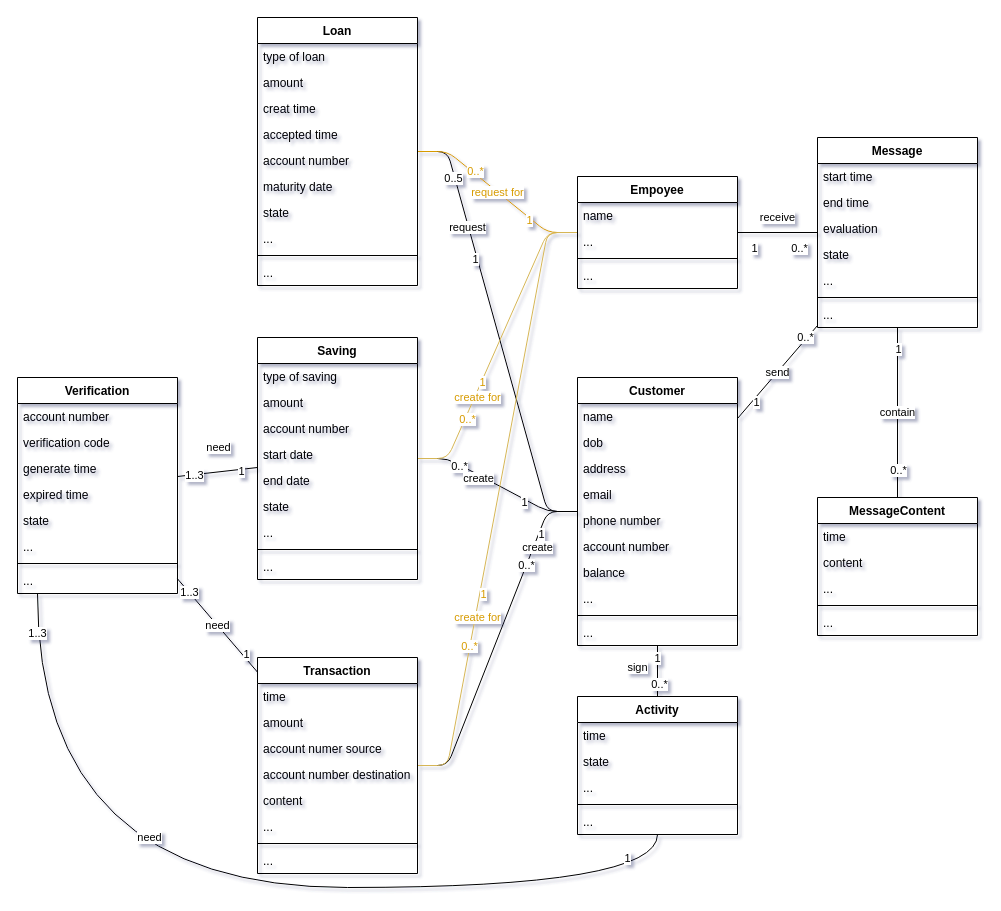
Above: diagrams/class_diagram.drawio in trandong2932002/cnpm (draw.io), before the change. Source tidied: cells renumbered, new cells numbered last; positions are measured from the earlier drawing's top-left corner, leaving out a move shared by most shapes. Both pictures are drawn from the tidied source at 100%, with x=0, y=0 at pixel (17, 17).
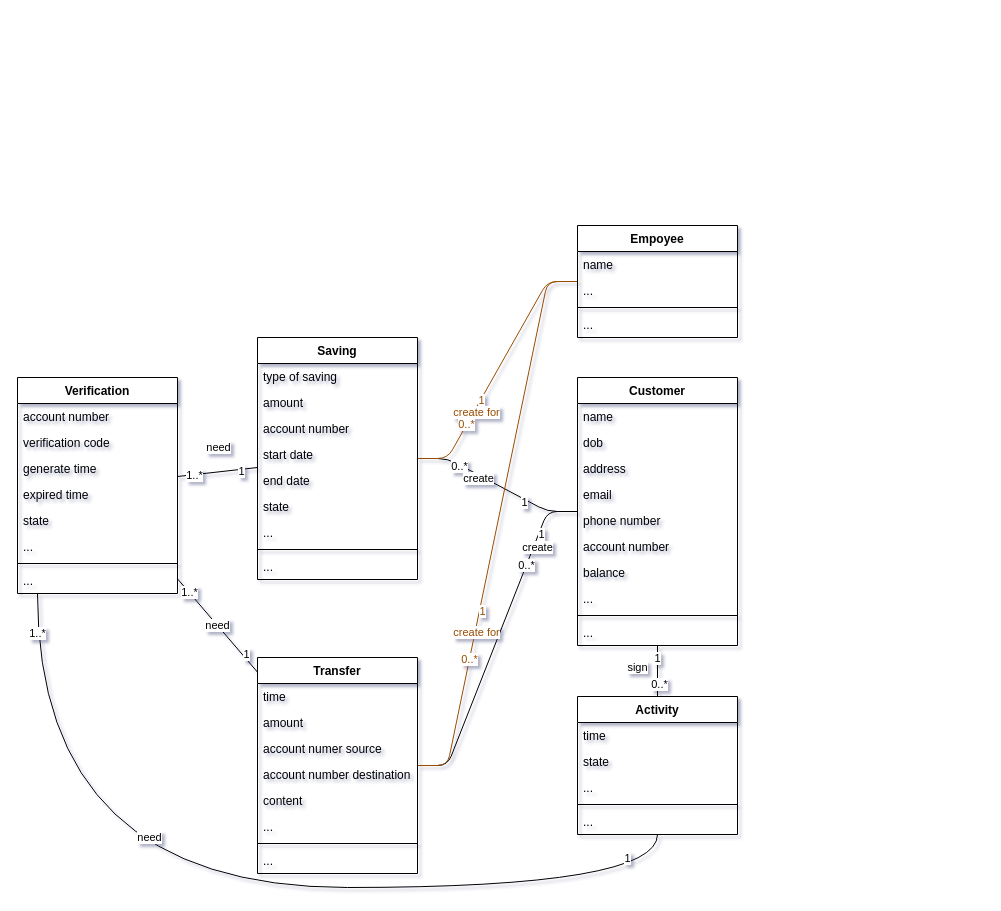
Above is the later version.

The change refers to these unchanged cells:
```xml
<mxCell id="17" value="Customer" style="swimlane;fontStyle=1;align=center;verticalAlign=top;horizontal=1;startSize=26;strokeColor=default;" parent="1" vertex="1">
  <mxGeometry x="560" y="360" width="160" height="268" as="geometry" />
</mxCell>
<mxCell id="28" value="need" style="edgeStyle=none;html=1;endArrow=none;endFill=0;" parent="1" edge="1" source="34" target="43">
  <mxGeometry relative="1" as="geometry" />
</mxCell>
<mxCell id="83" value="need" style="html=1;endArrow=none;endFill=0;edgeStyle=orthogonalEdgeStyle;curved=1;" parent="1" edge="1" source="86" target="43">
  <mxGeometry x="0.16" y="-50" relative="1" as="geometry">
    <Array as="points">
      <mxPoint x="640" y="870" />
      <mxPoint x="20" y="870" />
    </Array>
  </mxGeometry>
</mxCell>
<mxCell id="92" value="need" style="edgeStyle=none;html=1;endArrow=none;endFill=0;" parent="1" edge="1" source="95" target="43">
  <mxGeometry x="-0.07" y="-24" relative="1" as="geometry" />
</mxCell>
<mxCell id="95" value="Saving" style="swimlane;fontStyle=1;align=center;verticalAlign=top;horizontal=1;startSize=26;strokeColor=default;" parent="1" vertex="1">
  <mxGeometry x="240" y="320" width="160" height="242" as="geometry" />
</mxCell>
```

Change to the diagram source:
```diff
@@
-    <mxCell id="11" value="request" style="html=1;endArrow=none;endFill=0;edgeStyle=entityRelationEdgeStyle;" parent="1" edge="1" source="17" target="105">
-      <mxGeometry x="0.5" y="1" relative="1" as="geometry" />
-    </mxCell>
-    <mxCell id="12" value="0..5" style="edgeLabel;html=1;align=center;verticalAlign=middle;" parent="11" vertex="1">
-      <mxGeometry x="0.74" y="2" relative="1" as="geometry" />
-    </mxCell>
-    <mxCell id="13" value="1" style="edgeLabel;html=1;align=center;verticalAlign=middle;" parent="11" vertex="1">
-      <mxGeometry x="0.35" y="2" relative="1" as="geometry" />
-    </mxCell>
-    <mxCell id="14" value="send" style="edgeStyle=none;html=1;endArrow=none;endFill=0;" parent="1" edge="1" source="17" target="69">
-      <mxGeometry relative="1" as="geometry" />
-    </mxCell>
-    <mxCell id="15" value="1" style="edgeLabel;html=1;align=center;verticalAlign=middle;" parent="14" vertex="1">
-      <mxGeometry x="-0.59" y="-3" relative="1" as="geometry" />
-    </mxCell>
-    <mxCell id="16" value="0..*" style="edgeLabel;html=1;align=center;verticalAlign=middle;" parent="14" vertex="1">
-      <mxGeometry x="0.73" y="2" relative="1" as="geometry" />
-    </mxCell>
@@
-    <mxCell id="29" value="1..3" style="edgeLabel;html=1;align=center;verticalAlign=middle;" parent="28" vertex="1">
+    <mxCell id="29" value="1..*" style="edgeLabel;html=1;align=center;verticalAlign=middle;" parent="28" vertex="1">
       <mxGeometry x="0.73" relative="1" as="geometry" />
     </mxCell>
@@
-    <mxCell id="31" value="create for" style="edgeStyle=entityRelationEdgeStyle;html=1;endArrow=none;endFill=0;fillColor=#fff2cc;strokeColor=#d6b656;fontColor=#D79B00;" parent="1" edge="1" source="34" target="58">
+    <mxCell id="31" value="&lt;font color=&quot;#994c00&quot;&gt;create for&lt;/font&gt;" style="edgeStyle=entityRelationEdgeStyle;html=1;endArrow=none;endFill=0;fillColor=#fff2cc;strokeColor=#994C00;fontColor=#D79B00;" parent="1" edge="1" source="34" target="58">
       <mxGeometry x="-0.4" y="-2" relative="1" as="geometry" />
     </mxCell>
-    <mxCell id="32" value="0..*" style="edgeLabel;html=1;align=center;verticalAlign=middle;fontColor=#D79B00;" parent="31" vertex="1">
+    <mxCell id="32" value="0..*" style="edgeLabel;html=1;align=center;verticalAlign=middle;fontColor=#994C00;" parent="31" vertex="1">
       <mxGeometry x="-0.5" y="1" relative="1" as="geometry" />
     </mxCell>
-    <mxCell id="33" value="1" style="edgeLabel;html=1;align=center;verticalAlign=middle;fontColor=#D79B00;" parent="31" vertex="1">
+    <mxCell id="33" value="1" style="edgeLabel;html=1;align=center;verticalAlign=middle;fontColor=#994C00;" parent="31" vertex="1">
       <mxGeometry x="-0.32" y="-3" relative="1" as="geometry" />
     </mxCell>
-    <mxCell id="34" value="Transaction" style="swimlane;fontStyle=1;align=center;verticalAlign=top;horizontal=1;startSize=26;strokeColor=default;" parent="1" vertex="1">
+    <mxCell id="34" value="Transfer" style="swimlane;fontStyle=1;align=center;verticalAlign=top;horizontal=1;startSize=26;strokeColor=default;" parent="1" vertex="1">
       <mxGeometry x="240" y="640" width="160" height="216" as="geometry" />
     </mxCell>
@@
-    <mxCell id="52" value="request for" style="edgeStyle=entityRelationEdgeStyle;html=1;endArrow=none;endFill=0;fillColor=#ffe6cc;strokeColor=#d79b00;fontColor=#D79B00;" parent="1" edge="1" source="58" target="105">
-      <mxGeometry relative="1" as="geometry" />
-    </mxCell>
-    <mxCell id="53" value="0..*" style="edgeLabel;html=1;align=center;verticalAlign=middle;fontColor=#D79B00;" parent="52" vertex="1">
-      <mxGeometry x="0.34" y="-3" relative="1" as="geometry">
-        <mxPoint y="1" as="offset" />
-      </mxGeometry>
-    </mxCell>
-    <mxCell id="54" value="1" style="edgeLabel;html=1;align=center;verticalAlign=middle;fontColor=#D79B00;" parent="52" vertex="1">
-      <mxGeometry x="-0.45" y="2" relative="1" as="geometry" />
-    </mxCell>
-    <mxCell id="55" value="create for" style="edgeStyle=entityRelationEdgeStyle;html=1;endArrow=none;endFill=0;fillColor=#fff2cc;strokeColor=#d6b656;fontColor=#D79B00;" parent="1" edge="1" source="58" target="95">
+    <mxCell id="55" value="&lt;font color=&quot;#994c00&quot;&gt;create for&lt;/font&gt;" style="edgeStyle=entityRelationEdgeStyle;html=1;endArrow=none;endFill=0;fillColor=#fff2cc;strokeColor=#994C00;fontColor=#D79B00;" parent="1" edge="1" source="58" target="95">
       <mxGeometry x="0.36" y="3" relative="1" as="geometry" />
     </mxCell>
-    <mxCell id="56" value="1" style="edgeLabel;html=1;align=center;verticalAlign=middle;fontColor=#D79B00;" parent="55" vertex="1">
+    <mxCell id="56" value="1" style="edgeLabel;html=1;align=center;verticalAlign=middle;fontColor=#994C00;" parent="55" vertex="1">
       <mxGeometry x="0.26" relative="1" as="geometry" />
     </mxCell>
-    <mxCell id="57" value="0..*" style="edgeLabel;html=1;align=center;verticalAlign=middle;fontColor=#D79B00;" parent="55" vertex="1">
+    <mxCell id="57" value="0..*" style="edgeLabel;html=1;align=center;verticalAlign=middle;fontColor=#994C00;" parent="55" vertex="1">
       <mxGeometry x="0.71" relative="1" as="geometry">
         <mxPoint x="14" y="-27" as="offset" />
       </mxGeometry>
     </mxCell>
     <mxCell id="58" value="Empoyee" style="swimlane;fontStyle=1;align=center;verticalAlign=top;horizontal=1;startSize=26;strokeColor=default;" parent="1" vertex="1">
-      <mxGeometry x="560" y="159" width="160" height="112" as="geometry" />
+      <mxGeometry x="560" y="208" width="160" height="112" as="geometry" />
     </mxCell>
@@
-    <mxCell id="63" value="contain" style="html=1;endArrow=none;endFill=0;" parent="1" edge="1" source="69" target="77">
-      <mxGeometry relative="1" as="geometry" />
-    </mxCell>
-    <mxCell id="64" value="0..*" style="edgeLabel;html=1;align=center;verticalAlign=middle;" parent="63" vertex="1">
-      <mxGeometry x="0.56" relative="1" as="geometry">
-        <mxPoint y="9" as="offset" />
-      </mxGeometry>
-    </mxCell>
-    <mxCell id="65" value="1" style="edgeLabel;html=1;align=center;verticalAlign=middle;" parent="63" vertex="1">
-      <mxGeometry x="-0.75" relative="1" as="geometry" />
-    </mxCell>
-    <mxCell id="66" value="receive" style="edgeStyle=none;html=1;endArrow=none;endFill=0;" parent="1" edge="1" source="69" target="58">
-      <mxGeometry y="-15" relative="1" as="geometry" />
-    </mxCell>
-    <mxCell id="67" value="1" style="edgeLabel;html=1;align=center;verticalAlign=middle;" parent="66" vertex="1">
-      <mxGeometry x="0.61" y="-3" relative="1" as="geometry">
-        <mxPoint y="18" as="offset" />
-      </mxGeometry>
-    </mxCell>
-    <mxCell id="68" value="0..*" style="edgeLabel;html=1;align=center;verticalAlign=middle;" parent="66" vertex="1">
-      <mxGeometry x="-0.52" relative="1" as="geometry">
-        <mxPoint y="15" as="offset" />
-      </mxGeometry>
-    </mxCell>
-    <mxCell id="69" value="Message" style="swimlane;fontStyle=1;align=center;verticalAlign=top;horizontal=1;startSize=26;strokeColor=default;" parent="1" vertex="1">
-      <mxGeometry x="800" y="120" width="160" height="190" as="geometry" />
-    </mxCell>
-    <mxCell id="70" value="start time" style="text;strokeColor=none;fillColor=none;align=left;verticalAlign=top;spacingLeft=4;spacingRight=4;overflow=hidden;" parent="69" vertex="1">
-      <mxGeometry y="26" width="160" height="26" as="geometry" />
-    </mxCell>
-    <mxCell id="71" value="end time" style="text;strokeColor=none;fillColor=none;align=left;verticalAlign=top;spacingLeft=4;spacingRight=4;overflow=hidden;" parent="69" vertex="1">
-      <mxGeometry y="52" width="160" height="26" as="geometry" />
-    </mxCell>
-    <mxCell id="72" value="evaluation" style="text;strokeColor=none;fillColor=none;align=left;verticalAlign=top;spacingLeft=4;spacingRight=4;overflow=hidden;" parent="69" vertex="1">
-      <mxGeometry y="78" width="160" height="26" as="geometry" />
-    </mxCell>
-    <mxCell id="73" value="state" style="text;strokeColor=none;fillColor=none;align=left;verticalAlign=top;spacingLeft=4;spacingRight=4;overflow=hidden;" parent="69" vertex="1">
-      <mxGeometry y="104" width="160" height="26" as="geometry" />
-    </mxCell>
-    <mxCell id="74" value="..." style="text;strokeColor=none;fillColor=none;align=left;verticalAlign=top;spacingLeft=4;spacingRight=4;overflow=hidden;" parent="69" vertex="1">
-      <mxGeometry y="130" width="160" height="26" as="geometry" />
-    </mxCell>
-    <mxCell id="75" style="line;strokeWidth=1;fillColor=none;align=left;verticalAlign=middle;spacingTop=-1;spacingLeft=3;spacingRight=3;labelPosition=right;strokeColor=inherit;" parent="69" vertex="1">
-      <mxGeometry y="156" width="160" height="8" as="geometry" />
-    </mxCell>
-    <mxCell id="76" value="..." style="text;strokeColor=none;fillColor=none;align=left;verticalAlign=top;spacingLeft=4;spacingRight=4;overflow=hidden;" parent="69" vertex="1">
-      <mxGeometry y="164" width="160" height="26" as="geometry" />
-    </mxCell>
-    <mxCell id="77" value="MessageContent" style="swimlane;fontStyle=1;align=center;verticalAlign=top;horizontal=1;startSize=26;strokeColor=default;" parent="1" vertex="1">
-      <mxGeometry x="800" y="480" width="160" height="138" as="geometry" />
-    </mxCell>
-    <mxCell id="78" value="time" style="text;strokeColor=none;fillColor=none;align=left;verticalAlign=top;spacingLeft=4;spacingRight=4;overflow=hidden;" parent="77" vertex="1">
-      <mxGeometry y="26" width="160" height="26" as="geometry" />
-    </mxCell>
-    <mxCell id="79" value="content" style="text;strokeColor=none;fillColor=none;align=left;verticalAlign=top;spacingLeft=4;spacingRight=4;overflow=hidden;" parent="77" vertex="1">
-      <mxGeometry y="52" width="160" height="26" as="geometry" />
-    </mxCell>
-    <mxCell id="80" value="..." style="text;strokeColor=none;fillColor=none;align=left;verticalAlign=top;spacingLeft=4;spacingRight=4;overflow=hidden;" parent="77" vertex="1">
-      <mxGeometry y="78" width="160" height="26" as="geometry" />
-    </mxCell>
-    <mxCell id="81" style="line;strokeWidth=1;fillColor=none;align=left;verticalAlign=middle;spacingTop=-1;spacingLeft=3;spacingRight=3;labelPosition=right;strokeColor=inherit;" parent="77" vertex="1">
-      <mxGeometry y="104" width="160" height="8" as="geometry" />
-    </mxCell>
-    <mxCell id="82" value="..." style="text;strokeColor=none;fillColor=none;align=left;verticalAlign=top;spacingLeft=4;spacingRight=4;overflow=hidden;" parent="77" vertex="1">
-      <mxGeometry y="112" width="160" height="26" as="geometry" />
-    </mxCell>
@@
-    <mxCell id="84" value="1..3" style="edgeLabel;html=1;align=center;verticalAlign=middle;fontColor=#000000;" parent="83" vertex="1">
+    <mxCell id="84" value="1..*" style="edgeLabel;html=1;align=center;verticalAlign=middle;fontColor=#000000;" parent="83" vertex="1">
       <mxGeometry x="0.92" y="1" relative="1" as="geometry" />
     </mxCell>
@@
-    <mxCell id="93" value="1..3" style="edgeLabel;html=1;align=center;verticalAlign=middle;" parent="92" vertex="1">
+    <mxCell id="93" value="1..*" style="edgeLabel;html=1;align=center;verticalAlign=middle;" parent="92" vertex="1">
       <mxGeometry x="0.58" relative="1" as="geometry" />
     </mxCell>
@@
-    <mxCell id="105" value="Loan" style="swimlane;fontStyle=1;align=center;verticalAlign=top;horizontal=1;startSize=26;strokeColor=default;" parent="1" vertex="1">
-      <mxGeometry x="240" width="160" height="268" as="geometry" />
-    </mxCell>
-    <mxCell id="106" value="type of loan" style="text;strokeColor=none;fillColor=none;align=left;verticalAlign=top;spacingLeft=4;spacingRight=4;overflow=hidden;" parent="105" vertex="1">
-      <mxGeometry y="26" width="160" height="26" as="geometry" />
-    </mxCell>
-    <mxCell id="107" value="amount" style="text;strokeColor=none;fillColor=none;align=left;verticalAlign=top;spacingLeft=4;spacingRight=4;overflow=hidden;" parent="105" vertex="1">
-      <mxGeometry y="52" width="160" height="26" as="geometry" />
-    </mxCell>
-    <mxCell id="108" value="creat time" style="text;strokeColor=none;fillColor=none;align=left;verticalAlign=top;spacingLeft=4;spacingRight=4;overflow=hidden;" parent="105" vertex="1">
-      <mxGeometry y="78" width="160" height="26" as="geometry" />
-    </mxCell>
-    <mxCell id="109" value="accepted time" style="text;strokeColor=none;fillColor=none;align=left;verticalAlign=top;spacingLeft=4;spacingRight=4;overflow=hidden;" parent="105" vertex="1">
-      <mxGeometry y="104" width="160" height="26" as="geometry" />
-    </mxCell>
-    <mxCell id="110" value="account number" style="text;strokeColor=none;fillColor=none;align=left;verticalAlign=top;spacingLeft=4;spacingRight=4;overflow=hidden;" parent="105" vertex="1">
-      <mxGeometry y="130" width="160" height="26" as="geometry" />
-    </mxCell>
-    <mxCell id="111" value="maturity date" style="text;strokeColor=none;fillColor=none;align=left;verticalAlign=top;spacingLeft=4;spacingRight=4;overflow=hidden;" parent="105" vertex="1">
-      <mxGeometry y="156" width="160" height="26" as="geometry" />
-    </mxCell>
-    <mxCell id="112" value="state" style="text;strokeColor=none;fillColor=none;align=left;verticalAlign=top;spacingLeft=4;spacingRight=4;overflow=hidden;" parent="105" vertex="1">
-      <mxGeometry y="182" width="160" height="26" as="geometry" />
-    </mxCell>
-    <mxCell id="113" value="..." style="text;strokeColor=none;fillColor=none;align=left;verticalAlign=top;spacingLeft=4;spacingRight=4;overflow=hidden;" parent="105" vertex="1">
-      <mxGeometry y="208" width="160" height="26" as="geometry" />
-    </mxCell>
-    <mxCell id="114" style="line;strokeWidth=1;fillColor=none;align=left;verticalAlign=middle;spacingTop=-1;spacingLeft=3;spacingRight=3;labelPosition=right;strokeColor=inherit;" parent="105" vertex="1">
-      <mxGeometry y="234" width="160" height="8" as="geometry" />
-    </mxCell>
-    <mxCell id="115" value="..." style="text;strokeColor=none;fillColor=none;align=left;verticalAlign=top;spacingLeft=4;spacingRight=4;overflow=hidden;" parent="105" vertex="1">
-      <mxGeometry y="242" width="160" height="26" as="geometry" />
-    </mxCell>
```
